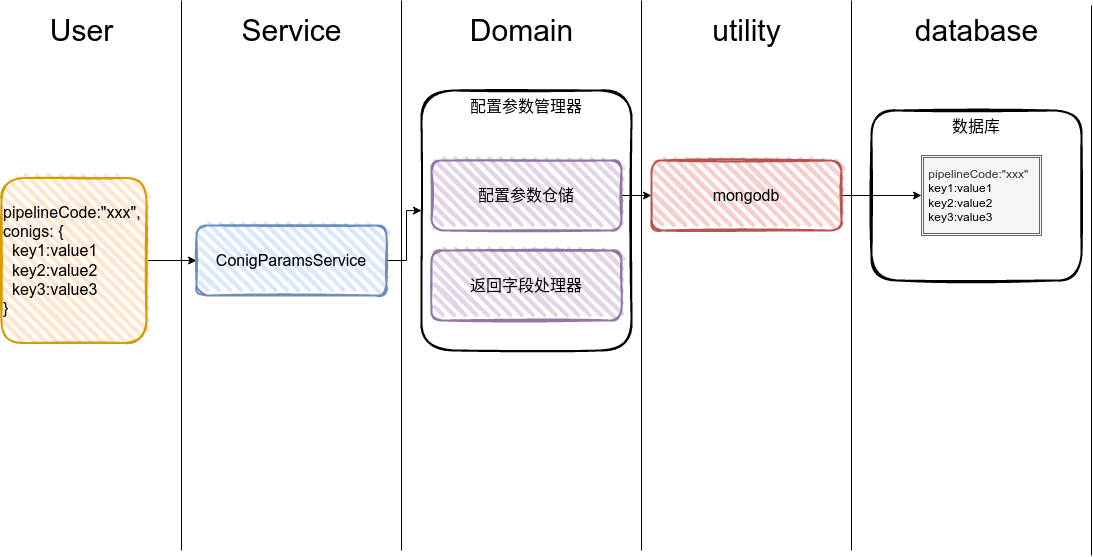
Before: testCenter/接口设计.drawio.png, a diagram exported from draw.io (muxicode/c153080686). Source tidied: cells renumbered, new cells last; positions are measured from the earlier drawing's top-left corner, leaving out a move shared by most shapes. Its diagram source:
```xml
<mxGraphModel>
  <root>
    <mxCell id="0" />
    <mxCell id="1" parent="0" />
    <mxCell id="2" value="&lt;span style=&quot;font-size: 16px;&quot;&gt;数据库&lt;/span&gt;" style="rounded=1;whiteSpace=wrap;html=1;strokeWidth=2;fillWeight=4;hachureGap=8;hachureAngle=45;sketch=1;align=center;horizontal=1;verticalAlign=top;" parent="1" vertex="1">
      <mxGeometry x="870" y="110" width="210" height="170" as="geometry" />
    </mxCell>
    <mxCell id="3" value="&lt;span style=&quot;font-size: 16px;&quot;&gt;配置参数管理器&lt;/span&gt;" style="rounded=1;whiteSpace=wrap;html=1;strokeWidth=2;fillWeight=4;hachureGap=8;hachureAngle=45;sketch=1;align=center;horizontal=1;verticalAlign=top;" parent="1" vertex="1">
      <mxGeometry x="420" y="90" width="210" height="260" as="geometry" />
    </mxCell>
    <mxCell id="4" style="edgeStyle=orthogonalEdgeStyle;rounded=0;jettySize=auto;html=1;exitX=1;exitY=0.5;exitDx=0;exitDy=0;entryX=0;entryY=0.5;entryDx=0;entryDy=0;" parent="1" edge="1" source="5" target="8">
      <mxGeometry relative="1" as="geometry" />
    </mxCell>
    <mxCell id="5" value="&lt;font style=&quot;font-size: 16px;&quot;&gt;pipelineCode:&quot;xxx&quot;,&lt;br&gt;conigs: {&lt;br&gt;&amp;nbsp; key1:value1&lt;br style=&quot;border-color: var(--border-color);&quot;&gt;&lt;div style=&quot;&quot;&gt;&lt;span style=&quot;background-color: initial;&quot;&gt;&amp;nbsp; key2:value2&lt;/span&gt;&lt;/div&gt;&amp;nbsp; key3:value3&lt;br&gt;}&lt;br&gt;&lt;/font&gt;" style="rounded=1;whiteSpace=wrap;html=1;strokeWidth=2;fillWeight=4;hachureGap=8;hachureAngle=45;fillColor=#ffe6cc;sketch=1;strokeColor=#d79b00;align=left;" parent="1" vertex="1">
      <mxGeometry y="177.5" width="145" height="165" as="geometry" />
    </mxCell>
    <mxCell id="6" style="endArrow=none;html=1;rounded=0;" parent="1" edge="1">
      <mxGeometry relative="1" as="geometry">
        <mxPoint x="180" y="550" as="sourcePoint" />
        <mxPoint x="180" as="targetPoint" />
      </mxGeometry>
    </mxCell>
    <mxCell id="7" style="edgeStyle=orthogonalEdgeStyle;rounded=0;jettySize=auto;html=1;exitX=1;exitY=0.5;exitDx=0;exitDy=0;entryX=0;entryY=0.462;entryDx=0;entryDy=0;entryPerimeter=0;" parent="1" edge="1" source="8" target="3">
      <mxGeometry relative="1" as="geometry" />
    </mxCell>
    <mxCell id="8" value="&lt;span style=&quot;font-size: 16px;&quot;&gt;ConigParamsService&lt;/span&gt;" style="rounded=1;whiteSpace=wrap;html=1;strokeWidth=2;fillWeight=4;hachureGap=8;hachureAngle=45;fillColor=#dae8fc;sketch=1;strokeColor=#6c8ebf;" parent="1" vertex="1">
      <mxGeometry x="195" y="225" width="190" height="70" as="geometry" />
    </mxCell>
    <mxCell id="9" value="&lt;font style=&quot;font-size: 30px;&quot;&gt;Service&lt;/font&gt;" style="text;html=1;align=center;verticalAlign=middle;strokeColor=none;fillColor=none;" parent="1" vertex="1">
      <mxGeometry x="230" y="5" width="120" height="50" as="geometry" />
    </mxCell>
    <mxCell id="10" style="endArrow=none;html=1;rounded=0;" parent="1" edge="1">
      <mxGeometry relative="1" as="geometry">
        <mxPoint x="400" y="550" as="sourcePoint" />
        <mxPoint x="400" as="targetPoint" />
      </mxGeometry>
    </mxCell>
    <mxCell id="11" style="endArrow=none;html=1;rounded=0;" parent="1" edge="1">
      <mxGeometry relative="1" as="geometry">
        <mxPoint x="640" y="550" as="sourcePoint" />
        <mxPoint x="640" as="targetPoint" />
      </mxGeometry>
    </mxCell>
    <mxCell id="12" value="&lt;font style=&quot;font-size: 30px;&quot;&gt;Domain&lt;/font&gt;" style="text;html=1;align=center;verticalAlign=middle;strokeColor=none;fillColor=none;" parent="1" vertex="1">
      <mxGeometry x="455" y="5" width="130" height="50" as="geometry" />
    </mxCell>
    <mxCell id="13" style="edgeStyle=orthogonalEdgeStyle;rounded=0;jettySize=auto;html=1;exitX=1;exitY=0.5;exitDx=0;exitDy=0;entryX=0;entryY=0.5;entryDx=0;entryDy=0;" parent="1" edge="1" source="14" target="18">
      <mxGeometry relative="1" as="geometry" />
    </mxCell>
    <mxCell id="14" value="&lt;span style=&quot;font-size: 16px;&quot;&gt;配置参数仓储&lt;/span&gt;" style="rounded=1;whiteSpace=wrap;html=1;strokeWidth=2;fillWeight=4;hachureGap=8;hachureAngle=45;fillColor=#e1d5e7;sketch=1;strokeColor=#9673a6;" parent="1" vertex="1">
      <mxGeometry x="430" y="160" width="190" height="70" as="geometry" />
    </mxCell>
    <mxCell id="15" value="&lt;span style=&quot;font-size: 16px;&quot;&gt;返回字段处理器&lt;/span&gt;" style="rounded=1;whiteSpace=wrap;html=1;strokeWidth=2;fillWeight=4;hachureGap=8;hachureAngle=45;fillColor=#e1d5e7;sketch=1;strokeColor=#9673a6;" parent="1" vertex="1">
      <mxGeometry x="430" y="250" width="190" height="70" as="geometry" />
    </mxCell>
    <mxCell id="16" style="endArrow=none;html=1;rounded=0;" parent="1" edge="1">
      <mxGeometry relative="1" as="geometry">
        <mxPoint x="850" y="550" as="sourcePoint" />
        <mxPoint x="850" as="targetPoint" />
      </mxGeometry>
    </mxCell>
    <mxCell id="17" style="edgeStyle=orthogonalEdgeStyle;rounded=0;jettySize=auto;html=1;exitX=1;exitY=0.5;exitDx=0;exitDy=0;entryX=0;entryY=0.5;entryDx=0;entryDy=0;" parent="1" edge="1" source="18" target="23">
      <mxGeometry relative="1" as="geometry" />
    </mxCell>
    <mxCell id="18" value="&lt;span style=&quot;font-size: 16px;&quot;&gt;mongodb&lt;/span&gt;" style="rounded=1;whiteSpace=wrap;html=1;strokeWidth=2;fillWeight=4;hachureGap=8;hachureAngle=45;fillColor=#f8cecc;sketch=1;strokeColor=#b85450;" parent="1" vertex="1">
      <mxGeometry x="650" y="160" width="190" height="70" as="geometry" />
    </mxCell>
    <mxCell id="19" value="&lt;font style=&quot;font-size: 30px;&quot;&gt;utility&lt;/font&gt;" style="text;html=1;align=center;verticalAlign=middle;strokeColor=none;fillColor=none;" parent="1" vertex="1">
      <mxGeometry x="700" y="5" width="90" height="50" as="geometry" />
    </mxCell>
    <mxCell id="20" value="&lt;font style=&quot;font-size: 30px;&quot;&gt;User&lt;/font&gt;" style="text;html=1;align=center;verticalAlign=middle;strokeColor=none;fillColor=none;" parent="1" vertex="1">
      <mxGeometry x="35" y="5" width="90" height="50" as="geometry" />
    </mxCell>
    <mxCell id="21" style="endArrow=none;html=1;rounded=0;" parent="1" edge="1">
      <mxGeometry relative="1" as="geometry">
        <mxPoint x="1090" y="555" as="sourcePoint" />
        <mxPoint x="1090" y="5" as="targetPoint" />
      </mxGeometry>
    </mxCell>
    <mxCell id="22" value="&lt;span style=&quot;font-size: 30px;&quot;&gt;database&lt;/span&gt;" style="text;html=1;align=center;verticalAlign=middle;strokeColor=none;fillColor=none;" parent="1" vertex="1">
      <mxGeometry x="900" y="5" width="150" height="50" as="geometry" />
    </mxCell>
    <mxCell id="23" value="&lt;font style=&quot;font-size: 12px;&quot;&gt;&amp;nbsp;pipelineCode:&quot;xxx&quot;&lt;br style=&quot;border-color: var(--border-color); color: rgb(0, 0, 0);&quot;&gt;&lt;span style=&quot;color: rgb(0, 0, 0);&quot;&gt;&amp;nbsp;key1:value1&lt;/span&gt;&lt;br style=&quot;border-color: var(--border-color); color: rgb(0, 0, 0);&quot;&gt;&lt;/font&gt;&lt;div style=&quot;border-color: var(--border-color); color: rgb(0, 0, 0);&quot;&gt;&lt;span style=&quot;border-color: var(--border-color); background-color: initial;&quot;&gt;&lt;font style=&quot;font-size: 12px;&quot;&gt;&amp;nbsp;key2:value2&lt;/font&gt;&lt;/span&gt;&lt;/div&gt;&lt;span style=&quot;color: rgb(0, 0, 0);&quot;&gt;&lt;font style=&quot;font-size: 12px;&quot;&gt;&amp;nbsp;key3:value3&lt;/font&gt;&lt;/span&gt;" style="shape=ext;double=1;rounded=0;whiteSpace=wrap;html=1;fillColor=#f5f5f5;fontColor=#333333;strokeColor=#666666;align=left;" parent="1" vertex="1">
      <mxGeometry x="920" y="155" width="120" height="80" as="geometry" />
    </mxCell>
  </root>
</mxGraphModel>
```
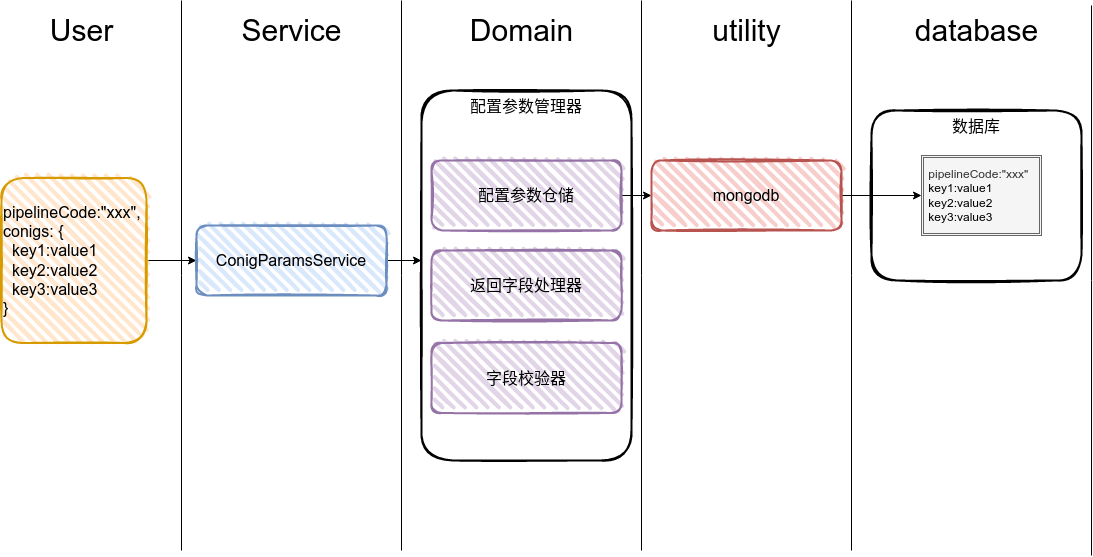
Above is the later version.

Commit message:
更新接口设计.drawio.png

Change to the diagram source:
```diff
@@ -6,7 +6,7 @@
       <mxGeometry x="870" y="110" width="210" height="170" as="geometry" />
     </mxCell>
     <mxCell id="3" value="&lt;span style=&quot;font-size: 16px;&quot;&gt;配置参数管理器&lt;/span&gt;" style="rounded=1;whiteSpace=wrap;html=1;strokeWidth=2;fillWeight=4;hachureGap=8;hachureAngle=45;sketch=1;align=center;horizontal=1;verticalAlign=top;" parent="1" vertex="1">
-      <mxGeometry x="420" y="90" width="210" height="260" as="geometry" />
+      <mxGeometry x="420" y="90" width="210" height="370" as="geometry" />
     </mxCell>
     <mxCell id="4" style="edgeStyle=orthogonalEdgeStyle;rounded=0;jettySize=auto;html=1;exitX=1;exitY=0.5;exitDx=0;exitDy=0;entryX=0;entryY=0.5;entryDx=0;entryDy=0;" parent="1" edge="1" source="5" target="8">
       <mxGeometry relative="1" as="geometry" />
@@ -83,5 +83,8 @@
     <mxCell id="23" value="&lt;font style=&quot;font-size: 12px;&quot;&gt;&amp;nbsp;pipelineCode:&quot;xxx&quot;&lt;br style=&quot;border-color: var(--border-color); color: rgb(0, 0, 0);&quot;&gt;&lt;span style=&quot;color: rgb(0, 0, 0);&quot;&gt;&amp;nbsp;key1:value1&lt;/span&gt;&lt;br style=&quot;border-color: var(--border-color); color: rgb(0, 0, 0);&quot;&gt;&lt;/font&gt;&lt;div style=&quot;border-color: var(--border-color); color: rgb(0, 0, 0);&quot;&gt;&lt;span style=&quot;border-color: var(--border-color); background-color: initial;&quot;&gt;&lt;font style=&quot;font-size: 12px;&quot;&gt;&amp;nbsp;key2:value2&lt;/font&gt;&lt;/span&gt;&lt;/div&gt;&lt;span style=&quot;color: rgb(0, 0, 0);&quot;&gt;&lt;font style=&quot;font-size: 12px;&quot;&gt;&amp;nbsp;key3:value3&lt;/font&gt;&lt;/span&gt;" style="shape=ext;double=1;rounded=0;whiteSpace=wrap;html=1;fillColor=#f5f5f5;fontColor=#333333;strokeColor=#666666;align=left;" parent="1" vertex="1">
       <mxGeometry x="920" y="155" width="120" height="80" as="geometry" />
     </mxCell>
+    <mxCell id="24" value="&lt;span style=&quot;font-size: 16px;&quot;&gt;字段校验器&lt;/span&gt;" style="rounded=1;whiteSpace=wrap;html=1;strokeWidth=2;fillWeight=4;hachureGap=8;hachureAngle=45;fillColor=#e1d5e7;sketch=1;strokeColor=#9673a6;" parent="1" vertex="1">
+      <mxGeometry x="430" y="342.5" width="190" height="70" as="geometry" />
+    </mxCell>
   </root>
 </mxGraphModel>
```
